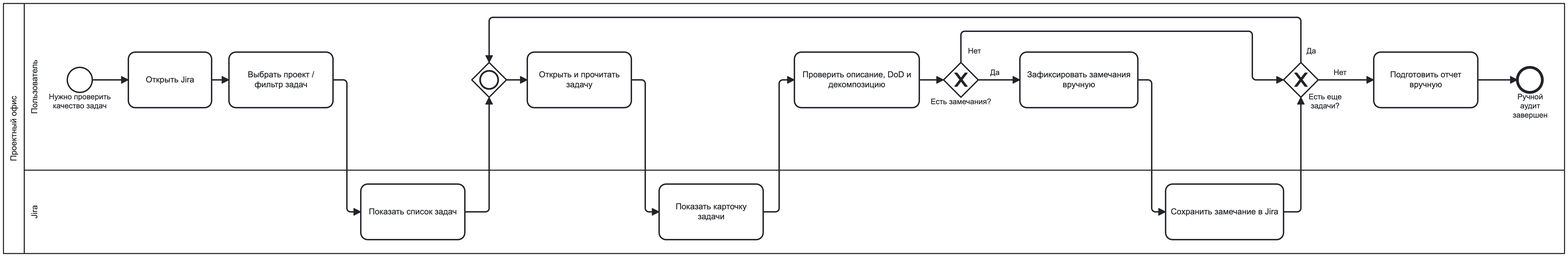
Before: docs/resources/BPMN/AS_IS.png, a diagram exported from BPMN (vladuslavivanov/jira_analyzer). Its source is kept beside it as docs/resources/BPMN/AS_IS.bpmn. Ids are renumbered.
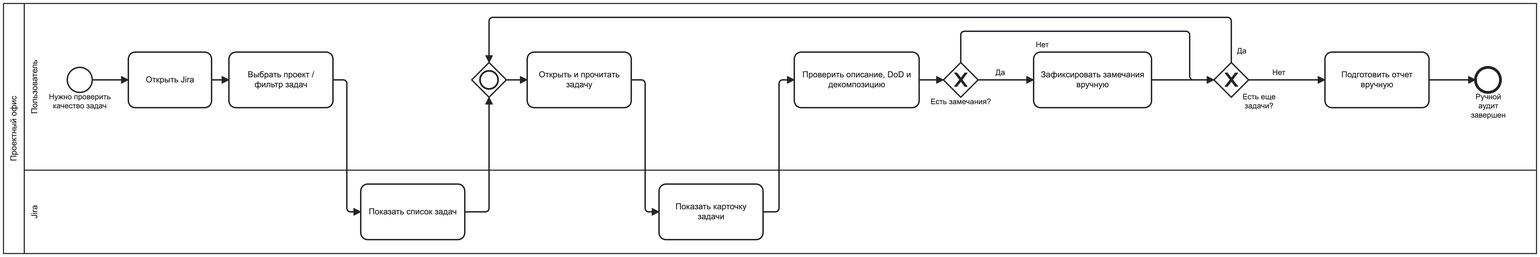
Above is the later version.

Commit message:
update AS-IS BPMN diagram: remove extra commenting to jira-ticket process

Change to the diagram source:
```diff
@@ -10,17 +10,16 @@
         <bpmn:flowNodeRef>Task_SetFilter</bpmn:flowNodeRef>
         <bpmn:flowNodeRef>Gateway_n4</bpmn:flowNodeRef>
         <bpmn:flowNodeRef>Task_ReadIssue</bpmn:flowNodeRef>
+        <bpmn:flowNodeRef>Task_CheckQuality</bpmn:flowNodeRef>
+        <bpmn:flowNodeRef>Gateway_HasProblems</bpmn:flowNodeRef>
+        <bpmn:flowNodeRef>Task_WriteComments</bpmn:flowNodeRef>
         <bpmn:flowNodeRef>Gateway_MoreIssues</bpmn:flowNodeRef>
         <bpmn:flowNodeRef>Task_PrepareReport</bpmn:flowNodeRef>
         <bpmn:flowNodeRef>EndEvent_1</bpmn:flowNodeRef>
-        <bpmn:flowNodeRef>Task_CheckQuality</bpmn:flowNodeRef>
-        <bpmn:flowNodeRef>Gateway_HasProblems</bpmn:flowNodeRef>
-        <bpmn:flowNodeRef>Task_WriteComments</bpmn:flowNodeRef>
       </bpmn:lane>
       <bpmn:lane id="Lane_n5" name="Jira">
         <bpmn:flowNodeRef>Task_ShowIssueList</bpmn:flowNodeRef>
         <bpmn:flowNodeRef>Task_ShowIssueCard</bpmn:flowNodeRef>
-        <bpmn:flowNodeRef>Task_SaveComment</bpmn:flowNodeRef>
       </bpmn:lane>
     </bpmn:laneSet>
     <bpmn:startEvent id="StartEvent_1" name="Нужно проверить качество задач">
@@ -43,19 +42,6 @@
       <bpmn:incoming>Flow_n6</bpmn:incoming>
       <bpmn:outgoing>Flow_5</bpmn:outgoing>
     </bpmn:task>
-    <bpmn:exclusiveGateway id="Gateway_MoreIssues" name="Есть еще задачи?">
-      <bpmn:incoming>Flow_10</bpmn:incoming>
-      <bpmn:incoming>Flow_8_No</bpmn:incoming>
-      <bpmn:outgoing>Flow_12</bpmn:outgoing>
-      <bpmn:outgoing>Flow_11</bpmn:outgoing>
-    </bpmn:exclusiveGateway>
-    <bpmn:task id="Task_PrepareReport" name="Подготовить отчет вручную">
-      <bpmn:incoming>Flow_12</bpmn:incoming>
-      <bpmn:outgoing>Flow_13</bpmn:outgoing>
-    </bpmn:task>
-    <bpmn:endEvent id="EndEvent_1" name="Ручной аудит завершен">
-      <bpmn:incoming>Flow_13</bpmn:incoming>
-    </bpmn:endEvent>
     <bpmn:task id="Task_ShowIssueList" name="Показать список задач">
       <bpmn:incoming>Flow_3</bpmn:incoming>
       <bpmn:outgoing>Flow_4</bpmn:outgoing>
@@ -73,14 +59,6 @@
       <bpmn:outgoing>Flow_8_No</bpmn:outgoing>
       <bpmn:outgoing>Flow_8_Yes</bpmn:outgoing>
     </bpmn:exclusiveGateway>
-    <bpmn:task id="Task_WriteComments" name="Зафиксировать замечания вручную">
-      <bpmn:incoming>Flow_8_Yes</bpmn:incoming>
-      <bpmn:outgoing>Flow_9</bpmn:outgoing>
-    </bpmn:task>
-    <bpmn:task id="Task_SaveComment" name="Сохранить замечание в Jira">
-      <bpmn:incoming>Flow_9</bpmn:incoming>
-      <bpmn:outgoing>Flow_10</bpmn:outgoing>
-    </bpmn:task>
     <bpmn:sequenceFlow id="Flow_1" sourceRef="StartEvent_1" targetRef="Task_OpenJira" />
     <bpmn:sequenceFlow id="Flow_2" sourceRef="Task_OpenJira" targetRef="Task_SetFilter" />
     <bpmn:sequenceFlow id="Flow_3" sourceRef="Task_SetFilter" targetRef="Task_ShowIssueList" />
@@ -88,27 +66,43 @@
     <bpmn:sequenceFlow id="Flow_11" name="Да" sourceRef="Gateway_MoreIssues" targetRef="Gateway_n4" />
     <bpmn:sequenceFlow id="Flow_n6" sourceRef="Gateway_n4" targetRef="Task_ReadIssue" />
     <bpmn:sequenceFlow id="Flow_5" sourceRef="Task_ReadIssue" targetRef="Task_ShowIssueCard" />
-    <bpmn:sequenceFlow id="Flow_10" sourceRef="Task_SaveComment" targetRef="Gateway_MoreIssues" />
     <bpmn:sequenceFlow id="Flow_8_No" name="Нет" sourceRef="Gateway_HasProblems" targetRef="Gateway_MoreIssues" />
     <bpmn:sequenceFlow id="Flow_12" name="Нет" sourceRef="Gateway_MoreIssues" targetRef="Task_PrepareReport" />
     <bpmn:sequenceFlow id="Flow_13" sourceRef="Task_PrepareReport" targetRef="EndEvent_1" />
     <bpmn:sequenceFlow id="Flow_6" sourceRef="Task_ShowIssueCard" targetRef="Task_CheckQuality" />
     <bpmn:sequenceFlow id="Flow_7" sourceRef="Task_CheckQuality" targetRef="Gateway_HasProblems" />
     <bpmn:sequenceFlow id="Flow_8_Yes" name="Да" sourceRef="Gateway_HasProblems" targetRef="Task_WriteComments" />
-    <bpmn:sequenceFlow id="Flow_9" sourceRef="Task_WriteComments" targetRef="Task_SaveComment" />
+    <bpmn:sequenceFlow id="Flow_9" sourceRef="Task_WriteComments" targetRef="Gateway_MoreIssues" />
+    <bpmn:task id="Task_WriteComments" name="Зафиксировать замечания вручную">
+      <bpmn:incoming>Flow_8_Yes</bpmn:incoming>
+      <bpmn:outgoing>Flow_9</bpmn:outgoing>
+    </bpmn:task>
+    <bpmn:exclusiveGateway id="Gateway_MoreIssues" name="Есть еще задачи?">
+      <bpmn:incoming>Flow_8_No</bpmn:incoming>
+      <bpmn:incoming>Flow_9</bpmn:incoming>
+      <bpmn:outgoing>Flow_12</bpmn:outgoing>
+      <bpmn:outgoing>Flow_11</bpmn:outgoing>
+    </bpmn:exclusiveGateway>
+    <bpmn:task id="Task_PrepareReport" name="Подготовить отчет вручную">
+      <bpmn:incoming>Flow_12</bpmn:incoming>
+      <bpmn:outgoing>Flow_13</bpmn:outgoing>
+    </bpmn:task>
+    <bpmn:endEvent id="EndEvent_1" name="Ручной аудит завершен">
+      <bpmn:incoming>Flow_13</bpmn:incoming>
+    </bpmn:endEvent>
   </bpmn:process>
   <bpmndi:BPMNDiagram id="BPMNDiagram_1">
     <bpmndi:BPMNPlane id="BPMNPlane_1" bpmnElement="Collaboration_n1">
       <bpmndi:BPMNShape id="Participant_n2_di" bpmnElement="Participant_n2" isHorizontal="true">
-        <dc:Bounds x="160" y="80" width="2250" height="360" />
+        <dc:Bounds x="160" y="80" width="2210" height="360" />
         <bpmndi:BPMNLabel />
       </bpmndi:BPMNShape>
       <bpmndi:BPMNShape id="Lane_n3_di" bpmnElement="Lane_n3" isHorizontal="true">
-        <dc:Bounds x="190" y="80" width="2220" height="240" />
+        <dc:Bounds x="190" y="80" width="2180" height="240" />
         <bpmndi:BPMNLabel />
       </bpmndi:BPMNShape>
       <bpmndi:BPMNShape id="Lane_n5_di" bpmnElement="Lane_n5" isHorizontal="true">
-        <dc:Bounds x="190" y="320" width="2220" height="120" />
+        <dc:Bounds x="190" y="320" width="2180" height="120" />
         <bpmndi:BPMNLabel />
       </bpmndi:BPMNShape>
       <bpmndi:BPMNShape id="StartEvent_1_di" bpmnElement="StartEvent_1">
@@ -129,21 +123,6 @@
       <bpmndi:BPMNShape id="Task_ReadIssue_di" bpmnElement="Task_ReadIssue">
         <dc:Bounds x="915" y="150" width="150" height="80" />
       </bpmndi:BPMNShape>
-      <bpmndi:BPMNShape id="Gateway_MoreIssues_di" bpmnElement="Gateway_MoreIssues" isMarkerVisible="true">
-        <dc:Bounds x="2005" y="165" width="50" height="50" />
-        <bpmndi:BPMNLabel>
-          <dc:Bounds x="2041" y="208" width="48" height="27" />
-        </bpmndi:BPMNLabel>
-      </bpmndi:BPMNShape>
-      <bpmndi:BPMNShape id="Task_PrepareReport_di" bpmnElement="Task_PrepareReport">
-        <dc:Bounds x="2135" y="150" width="150" height="80" />
-      </bpmndi:BPMNShape>
-      <bpmndi:BPMNShape id="EndEvent_1_di" bpmnElement="EndEvent_1">
-        <dc:Bounds x="2342" y="172" width="36" height="36" />
-        <bpmndi:BPMNLabel>
-          <dc:Bounds x="2326" y="208" width="69" height="40" />
-        </bpmndi:BPMNLabel>
-      </bpmndi:BPMNShape>
       <bpmndi:BPMNShape id="Task_ShowIssueList_di" bpmnElement="Task_ShowIssueList">
         <dc:Bounds x="675" y="340" width="150" height="80" />
       </bpmndi:BPMNShape>
@@ -160,11 +139,23 @@
         </bpmndi:BPMNLabel>
       </bpmndi:BPMNShape>
       <bpmndi:BPMNShape id="Task_WriteComments_di" bpmnElement="Task_WriteComments">
-        <dc:Bounds x="1625" y="150" width="170" height="80" />
+        <dc:Bounds x="1645" y="150" width="170" height="80" />
         <bpmndi:BPMNLabel />
       </bpmndi:BPMNShape>
-      <bpmndi:BPMNShape id="Task_SaveComment_di" bpmnElement="Task_SaveComment">
-        <dc:Bounds x="1835" y="340" width="170" height="80" />
+      <bpmndi:BPMNShape id="Gateway_MoreIssues_di" bpmnElement="Gateway_MoreIssues" isMarkerVisible="true">
+        <dc:Bounds x="1905" y="165" width="50" height="50" />
+        <bpmndi:BPMNLabel>
+          <dc:Bounds x="1946" y="208" width="48" height="27" />
+        </bpmndi:BPMNLabel>
+      </bpmndi:BPMNShape>
+      <bpmndi:BPMNShape id="Task_PrepareReport_di" bpmnElement="Task_PrepareReport">
+        <dc:Bounds x="2065" y="150" width="150" height="80" />
+      </bpmndi:BPMNShape>
+      <bpmndi:BPMNShape id="EndEvent_1_di" bpmnElement="EndEvent_1">
+        <dc:Bounds x="2282" y="172" width="36" height="36" />
+        <bpmndi:BPMNLabel>
+          <dc:Bounds x="2266" y="208" width="69" height="40" />
+        </bpmndi:BPMNLabel>
       </bpmndi:BPMNShape>
       <bpmndi:BPMNEdge id="Flow_1_di" bpmnElement="Flow_1">
         <di:waypoint x="288" y="190" />
@@ -186,19 +177,44 @@
         <di:waypoint x="860" y="215" />
       </bpmndi:BPMNEdge>
       <bpmndi:BPMNEdge id="Flow_11_di" bpmnElement="Flow_11">
-        <di:waypoint x="2030" y="165" />
-        <di:waypoint x="2030" y="100" />
+        <di:waypoint x="1930" y="165" />
+        <di:waypoint x="1930" y="100" />
         <di:waypoint x="860" y="100" />
         <di:waypoint x="860" y="165" />
         <bpmndi:BPMNLabel>
-          <dc:Bounds x="2038" y="142" width="14" height="14" />
+          <dc:Bounds x="1938" y="142" width="14" height="14" />
         </bpmndi:BPMNLabel>
+      </bpmndi:BPMNEdge>
+      <bpmndi:BPMNEdge id="Flow_n6_di" bpmnElement="Flow_n6">
+        <di:waypoint x="885" y="190" />
+        <di:waypoint x="915" y="190" />
       </bpmndi:BPMNEdge>
       <bpmndi:BPMNEdge id="Flow_5_di" bpmnElement="Flow_5">
         <di:waypoint x="1065" y="190" />
         <di:waypoint x="1085" y="190" />
         <di:waypoint x="1085" y="380" />
         <di:waypoint x="1105" y="380" />
+      </bpmndi:BPMNEdge>
+      <bpmndi:BPMNEdge id="Flow_8_No_di" bpmnElement="Flow_8_No">
+        <di:waypoint x="1540" y="165" />
+        <di:waypoint x="1540" y="120" />
+        <di:waypoint x="1870" y="120" />
+        <di:waypoint x="1870" y="190" />
+        <di:waypoint x="1905" y="190" />
+        <bpmndi:BPMNLabel>
+          <dc:Bounds x="1648" y="133" width="19" height="14" />
+        </bpmndi:BPMNLabel>
+      </bpmndi:BPMNEdge>
+      <bpmndi:BPMNEdge id="Flow_12_di" bpmnElement="Flow_12">
+        <di:waypoint x="1955" y="190" />
+        <di:waypoint x="2065" y="190" />
+        <bpmndi:BPMNLabel>
+          <dc:Bounds x="1989" y="173" width="19" height="14" />
+        </bpmndi:BPMNLabel>
+      </bpmndi:BPMNEdge>
+      <bpmndi:BPMNEdge id="Flow_13_di" bpmnElement="Flow_13">
+        <di:waypoint x="2215" y="190" />
+        <di:waypoint x="2282" y="190" />
       </bpmndi:BPMNEdge>
       <bpmndi:BPMNEdge id="Flow_6_di" bpmnElement="Flow_6">
         <di:waypoint x="1255" y="380" />
@@ -212,46 +228,14 @@
       </bpmndi:BPMNEdge>
       <bpmndi:BPMNEdge id="Flow_8_Yes_di" bpmnElement="Flow_8_Yes">
         <di:waypoint x="1565" y="190" />
-        <di:waypoint x="1625" y="190" />
+        <di:waypoint x="1645" y="190" />
         <bpmndi:BPMNLabel>
-          <dc:Bounds x="1582" y="173" width="14" height="14" />
-        </bpmndi:BPMNLabel>
-      </bpmndi:BPMNEdge>
-      <bpmndi:BPMNEdge id="Flow_8_No_di" bpmnElement="Flow_8_No">
-        <di:waypoint x="1540" y="165" />
-        <di:waypoint x="1540" y="120" />
-        <di:waypoint x="1960" y="120" />
-        <di:waypoint x="1960" y="190" />
-        <di:waypoint x="2005" y="190" />
-        <bpmndi:BPMNLabel>
-          <dc:Bounds x="1550" y="142" width="19" height="14" />
+          <dc:Bounds x="1590" y="173" width="14" height="14" />
         </bpmndi:BPMNLabel>
       </bpmndi:BPMNEdge>
       <bpmndi:BPMNEdge id="Flow_9_di" bpmnElement="Flow_9">
-        <di:waypoint x="1795" y="190" />
         <di:waypoint x="1815" y="190" />
-        <di:waypoint x="1815" y="380" />
-        <di:waypoint x="1835" y="380" />
-      </bpmndi:BPMNEdge>
-      <bpmndi:BPMNEdge id="Flow_10_di" bpmnElement="Flow_10">
-        <di:waypoint x="2005" y="380" />
-        <di:waypoint x="2030" y="380" />
-        <di:waypoint x="2030" y="215" />
-      </bpmndi:BPMNEdge>
-      <bpmndi:BPMNEdge id="Flow_12_di" bpmnElement="Flow_12">
-        <di:waypoint x="2055" y="190" />
-        <di:waypoint x="2135" y="190" />
-        <bpmndi:BPMNLabel>
-          <dc:Bounds x="2077" y="173" width="19" height="14" />
-        </bpmndi:BPMNLabel>
-      </bpmndi:BPMNEdge>
-      <bpmndi:BPMNEdge id="Flow_13_di" bpmnElement="Flow_13">
-        <di:waypoint x="2285" y="190" />
-        <di:waypoint x="2342" y="190" />
-      </bpmndi:BPMNEdge>
-      <bpmndi:BPMNEdge id="Flow_n6_di" bpmnElement="Flow_n6">
-        <di:waypoint x="885" y="190" />
-        <di:waypoint x="915" y="190" />
+        <di:waypoint x="1905" y="190" />
       </bpmndi:BPMNEdge>
     </bpmndi:BPMNPlane>
   </bpmndi:BPMNDiagram>
```
